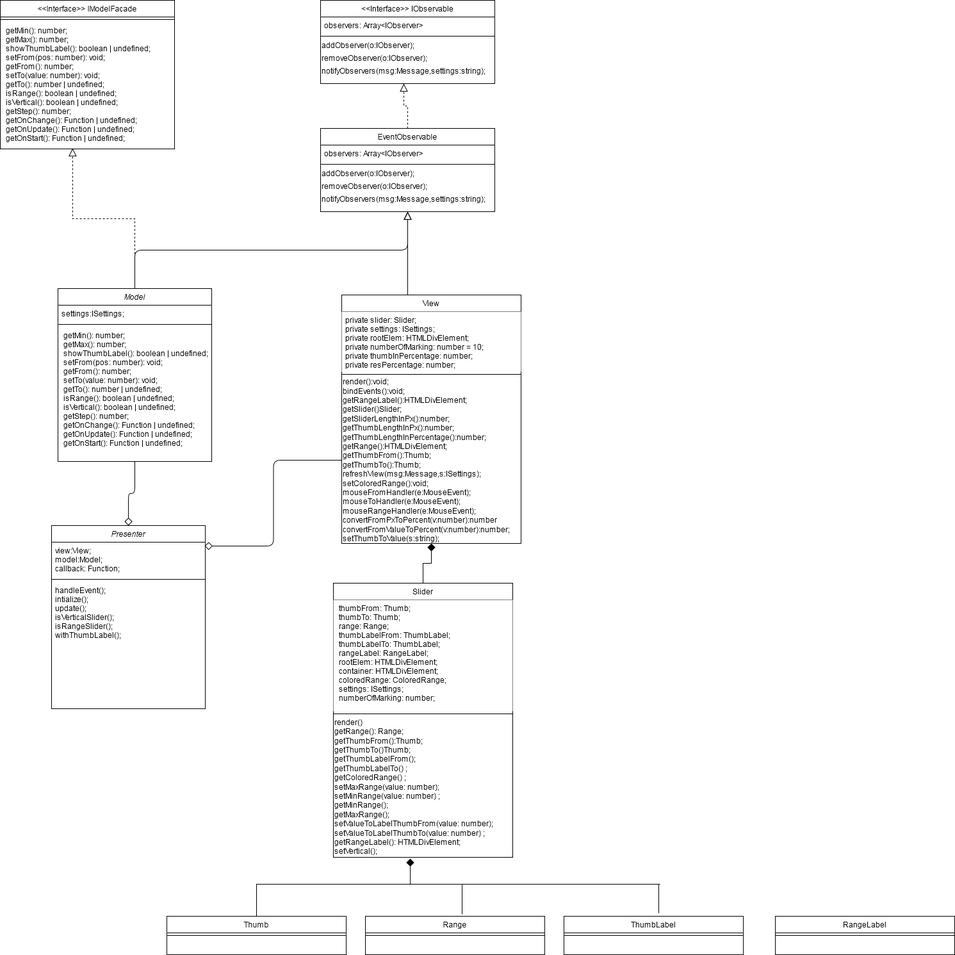
Earlier version of the draw.io export src/assets/FSDCourse4UMLDiagram.png (mvodev/slider). Source tidied: cells renumbered, new cells last; positions are measured from the earlier drawing's top-left corner, leaving out a move shared by most shapes.
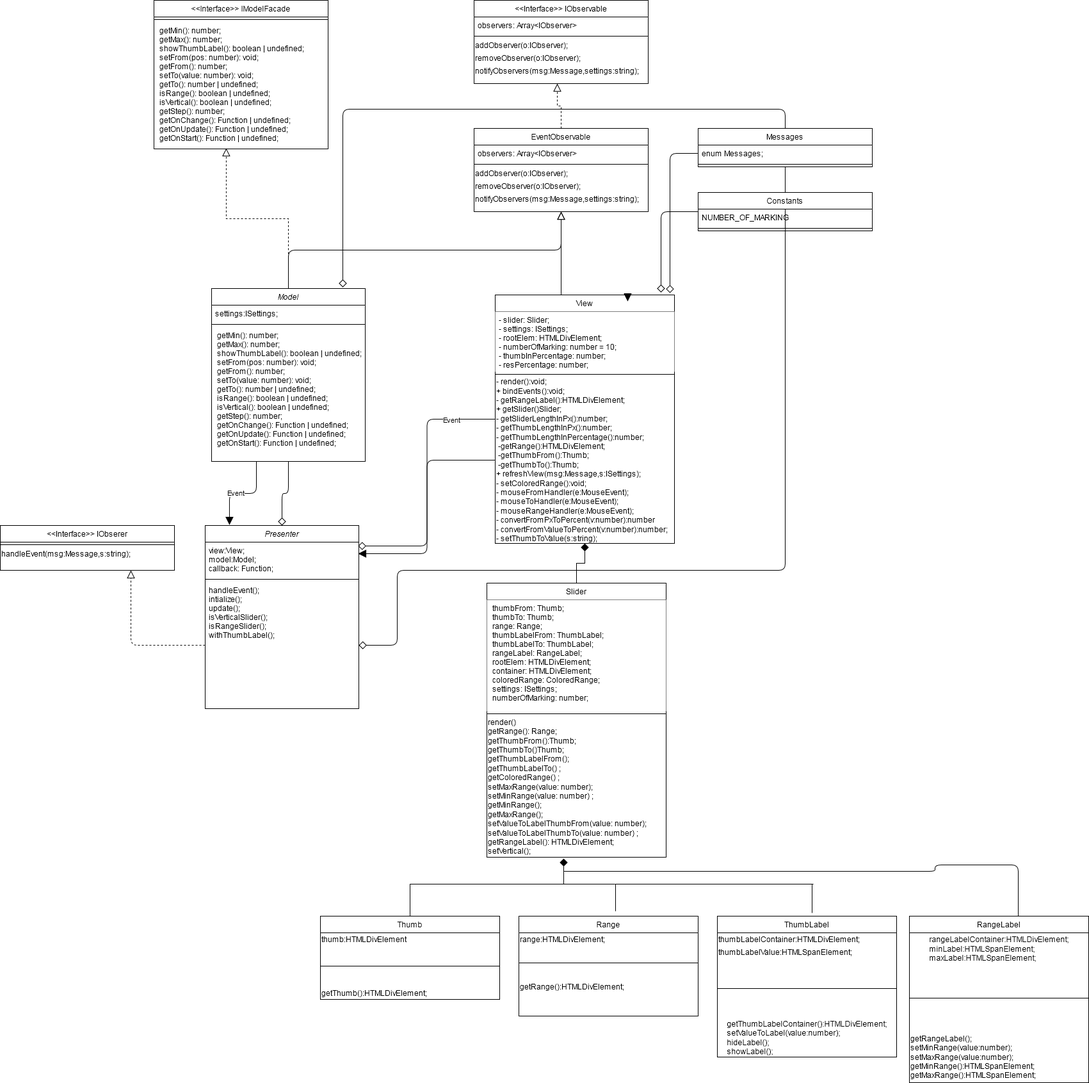
After the commit.

Commit message:
refactoring modificators of access in view and slider classes

Change to the diagram source:
```diff
@@ -8,6 +8,18 @@
     <mxCell id="3" style="edgeStyle=orthogonalEdgeStyle;rounded=1;jettySize=auto;html=1;endArrow=diamond;endFill=0;endSize=10;strokeWidth=1;" parent="1" edge="1" source="4" target="30">
       <mxGeometry relative="1" as="geometry" />
     </mxCell>
+    <mxCell id="53" style="edgeStyle=orthogonalEdgeStyle;rounded=1;jettySize=auto;html=1;entryX=0.158;entryY=-0.003;entryDx=0;entryDy=0;entryPerimeter=0;endArrow=block;endFill=1;endSize=10;strokeWidth=1;" parent="1" edge="1" target="30">
+      <mxGeometry relative="1" as="geometry">
+        <mxPoint x="160" y="720" as="sourcePoint" />
+        <Array as="points">
+          <mxPoint x="160" y="770" />
+          <mxPoint x="118" y="770" />
+        </Array>
+      </mxGeometry>
+    </mxCell>
+    <mxCell id="54" value="Event" style="edgeLabel;html=1;align=center;verticalAlign=middle;" parent="53" vertex="1">
+      <mxGeometry x="0.18" y="-2" relative="1" as="geometry" />
+    </mxCell>
     <mxCell id="4" value="Model" style="swimlane;fontStyle=2;align=center;verticalAlign=top;horizontal=1;startSize=26;rounded=0;shadow=0;strokeWidth=1;" parent="1" vertex="1">
       <mxGeometry x="90" y="450" width="240" height="270" as="geometry" />
     </mxCell>
@@ -20,16 +32,22 @@
     <mxCell id="7" value=" getMin(): number;&#10; getMax(): number;&#10; showThumbLabel(): boolean | undefined;&#10; setFrom(pos: number): void;&#10; getFrom(): number;&#10; setTo(value: number): void;&#10; getTo(): number | undefined;&#10; isRange(): boolean | undefined;&#10; isVertical(): boolean | undefined;&#10; getStep(): number;&#10; getOnChange(): Function | undefined;&#10; getOnUpdate(): Function | undefined;&#10; getOnStart(): Function | undefined;" style="text;align=left;verticalAlign=top;spacingLeft=4;spacingRight=4;overflow=hidden;" parent="4" vertex="1">
       <mxGeometry y="60" width="240" height="198" as="geometry" />
     </mxCell>
+    <mxCell id="55" style="edgeStyle=orthogonalEdgeStyle;rounded=1;jettySize=auto;html=1;entryX=0.996;entryY=0.333;entryDx=0;entryDy=0;entryPerimeter=0;endArrow=block;endFill=1;endSize=10;strokeWidth=1;" parent="1" edge="1" source="8" target="31">
+      <mxGeometry relative="1" as="geometry" />
+    </mxCell>
+    <mxCell id="56" value="Event" style="edgeLabel;html=1;align=center;verticalAlign=middle;" parent="55" vertex="1">
+      <mxGeometry x="-0.67" relative="1" as="geometry" />
+    </mxCell>
     <mxCell id="8" value="View" style="swimlane;fontStyle=0;align=center;verticalAlign=top;horizontal=1;startSize=26;rounded=0;shadow=0;strokeWidth=1;" parent="1" vertex="1">
       <mxGeometry x="533" y="460" width="280" height="388" as="geometry" />
     </mxCell>
-    <mxCell id="9" value="private slider: Slider;&#10;private settings: ISettings;&#10;private rootElem: HTMLDivElement;&#10;private numberOfMarking: number = 10;&#10;private thumbInPercentage: number;&#10;private resPercentage: number;" style="text;align=left;verticalAlign=top;spacingLeft=4;spacingRight=4;overflow=hidden;fillColor=#ffffff;" parent="8" vertex="1">
+    <mxCell id="9" value="- slider: Slider;&#10;- settings: ISettings;&#10;- rootElem: HTMLDivElement;&#10;- numberOfMarking: number = 10;&#10;- thumbInPercentage: number;&#10;- resPercentage: number;" style="text;align=left;verticalAlign=top;spacingLeft=4;spacingRight=4;overflow=hidden;fillColor=#ffffff;" parent="8" vertex="1">
       <mxGeometry y="26" width="280" height="94" as="geometry" />
     </mxCell>
     <mxCell id="10" style="line;html=1;strokeWidth=1;align=left;verticalAlign=middle;spacingTop=-1;spacingLeft=3;spacingRight=3;labelPosition=right;" parent="8" vertex="1">
       <mxGeometry y="120" width="280" height="8" as="geometry" />
     </mxCell>
-    <mxCell id="11" value="&lt;div align=&quot;left&quot;&gt;render():void;&lt;/div&gt;&lt;div align=&quot;left&quot;&gt;bindEvents():void;&lt;/div&gt;&lt;div&gt;getRangeLabel():HTMLDivElement;&lt;/div&gt;&lt;div&gt;getSlider()Slider;&lt;/div&gt;&lt;div&gt;getSliderLengthInPx():number;&lt;/div&gt;&lt;div&gt;getThumbLengthInPx():number;&lt;/div&gt;&lt;div&gt;getThumbLengthInPercentage():number;&lt;/div&gt;&lt;div&gt;getRange():HTMLDivElement;&lt;br&gt;&lt;/div&gt;&lt;div&gt;getThumbFrom():Thumb;&lt;/div&gt;&lt;div&gt;getThumbTo():Thumb;&lt;/div&gt;&lt;div&gt;refreshView(msg:Message,s:ISettings);&lt;/div&gt;&lt;div&gt;setColoredRange():void;&lt;/div&gt;&lt;div&gt;mouseFromHandler(e:MouseEvent);&lt;/div&gt;&lt;div&gt;mouseToHandler(e:MouseEvent);&lt;/div&gt;&lt;div&gt;mouseRangeHandler(e:MouseEvent);&lt;/div&gt;&lt;div&gt;convertFromPxToPercent(v:number):number&lt;/div&gt;&lt;div&gt;convertFromValueToPercent(v:number):number;&lt;/div&gt;&lt;div&gt;setThumbToValue(s:string);&lt;br&gt;&lt;/div&gt;" style="text;html=1;align=left;verticalAlign=middle;points=[];" parent="8" vertex="1">
+    <mxCell id="11" value="&lt;div align=&quot;left&quot;&gt;- render():void;&lt;/div&gt;&lt;div align=&quot;left&quot;&gt;+ bindEvents():void;&lt;/div&gt;&lt;div&gt;- getRangeLabel():HTMLDivElement;&lt;/div&gt;&lt;div&gt;+ getSlider()Slider;&lt;/div&gt;&lt;div&gt;- getSliderLengthInPx():number;&lt;/div&gt;&lt;div&gt;- getThumbLengthInPx():number;&lt;/div&gt;&lt;div&gt;- getThumbLengthInPercentage():number;&lt;/div&gt;&lt;div&gt;&amp;nbsp;-getRange():HTMLDivElement;&lt;br&gt;&lt;/div&gt;&lt;div&gt;&amp;nbsp;-getThumbFrom():Thumb;&lt;/div&gt;&lt;div&gt;&amp;nbsp;-getThumbTo():Thumb;&lt;/div&gt;&lt;div&gt;+ refreshView(msg:Message,s:ISettings);&lt;/div&gt;&lt;div&gt;- setColoredRange():void;&lt;/div&gt;&lt;div&gt;- mouseFromHandler(e:MouseEvent);&lt;/div&gt;&lt;div&gt;- mouseToHandler(e:MouseEvent);&lt;/div&gt;&lt;div&gt;- mouseRangeHandler(e:MouseEvent);&lt;/div&gt;&lt;div&gt;- convertFromPxToPercent(v:number):number&lt;/div&gt;&lt;div&gt;- convertFromValueToPercent(v:number):number;&lt;/div&gt;&lt;div&gt;- setThumbToValue(s:string);&lt;br&gt;&lt;/div&gt;" style="text;html=1;align=left;verticalAlign=middle;points=[];" parent="8" vertex="1">
       <mxGeometry y="128" width="280" height="260" as="geometry" />
     </mxCell>
     <mxCell id="12" style="endArrow=block;endSize=10;endFill=0;shadow=0;strokeWidth=1;rounded=0;edgeStyle=elbowEdgeStyle;elbow=vertical;entryX=0.5;entryY=1;entryDx=0;entryDy=0;" parent="1" edge="1" source="8" target="14">
@@ -132,29 +150,65 @@
       </mxGeometry>
     </mxCell>
     <mxCell id="40" value="Thumb" style="swimlane;fontStyle=0;align=center;verticalAlign=top;horizontal=1;startSize=26;rounded=0;shadow=0;strokeWidth=1;" parent="1" vertex="1">
-      <mxGeometry x="260" y="1430" width="280" height="60" as="geometry" />
+      <mxGeometry x="260" y="1430" width="280" height="130" as="geometry" />
     </mxCell>
+    <mxCell id="57" value="&lt;div align=&quot;left&quot;&gt;thumb:HTMLDivElement&lt;/div&gt;" style="text;html=1;align=left;verticalAlign=middle;" parent="40" vertex="1">
+      <mxGeometry y="26" width="280" height="20" as="geometry" />
+    </mxCell>
     <mxCell id="41" style="line;html=1;strokeWidth=1;align=left;verticalAlign=middle;spacingTop=-1;spacingLeft=3;spacingRight=3;labelPosition=right;" parent="40" vertex="1">
-      <mxGeometry y="26" width="280" height="8" as="geometry" />
+      <mxGeometry y="46" width="280" height="64" as="geometry" />
     </mxCell>
+    <mxCell id="58" value="getThumb():HTMLDivElement;" style="text;html=1;align=left;verticalAlign=middle;" parent="40" vertex="1">
+      <mxGeometry y="110" width="280" height="20" as="geometry" />
+    </mxCell>
     <mxCell id="42" value="Range" style="swimlane;fontStyle=0;align=center;verticalAlign=top;horizontal=1;startSize=26;rounded=0;shadow=0;strokeWidth=1;" parent="1" vertex="1">
-      <mxGeometry x="570" y="1430" width="280" height="60" as="geometry" />
+      <mxGeometry x="570" y="1430" width="280" height="156" as="geometry" />
     </mxCell>
+    <mxCell id="59" value="&lt;div align=&quot;left&quot;&gt;range:HTMLDivElement;&lt;/div&gt;" style="text;html=1;align=left;verticalAlign=middle;" parent="42" vertex="1">
+      <mxGeometry y="26" width="280" height="20" as="geometry" />
+    </mxCell>
     <mxCell id="43" style="line;html=1;strokeWidth=1;align=left;verticalAlign=middle;spacingTop=-1;spacingLeft=3;spacingRight=3;labelPosition=right;" parent="42" vertex="1">
-      <mxGeometry y="26" width="280" height="8" as="geometry" />
+      <mxGeometry y="46" width="280" height="54" as="geometry" />
     </mxCell>
+    <mxCell id="60" value="&lt;div align=&quot;left&quot;&gt;getRange():HTMLDivElement;&lt;/div&gt;" style="text;html=1;align=left;verticalAlign=middle;" parent="42" vertex="1">
+      <mxGeometry y="100" width="280" height="20" as="geometry" />
+    </mxCell>
     <mxCell id="44" value="ThumbLabel" style="swimlane;fontStyle=0;align=center;verticalAlign=top;horizontal=1;startSize=26;rounded=0;shadow=0;strokeWidth=1;" parent="1" vertex="1">
-      <mxGeometry x="880" y="1430" width="280" height="60" as="geometry" />
+      <mxGeometry x="880" y="1430" width="280" height="220" as="geometry" />
     </mxCell>
+    <mxCell id="61" value="&lt;div align=&quot;left&quot;&gt;thumbLabelContainer:HTMLDivElement;&lt;/div&gt;" style="text;html=1;align=left;verticalAlign=middle;" parent="44" vertex="1">
+      <mxGeometry y="26" width="280" height="20" as="geometry" />
+    </mxCell>
+    <mxCell id="62" value="&lt;div align=&quot;left&quot;&gt;thumbLabelValue:HTMLSpanElement;&lt;/div&gt;" style="text;html=1;align=left;verticalAlign=middle;" parent="44" vertex="1">
+      <mxGeometry y="46" width="280" height="20" as="geometry" />
+    </mxCell>
     <mxCell id="45" style="line;html=1;strokeWidth=1;align=left;verticalAlign=middle;spacingTop=-1;spacingLeft=3;spacingRight=3;labelPosition=right;" parent="44" vertex="1">
-      <mxGeometry y="26" width="280" height="8" as="geometry" />
+      <mxGeometry y="66" width="280" height="94" as="geometry" />
     </mxCell>
+    <mxCell id="63" value="&lt;div&gt;getThumbLabelContainer():HTMLDivElement;&lt;/div&gt;&lt;div align=&quot;left&quot;&gt;setValueToLabel(value:number);&lt;/div&gt;&lt;div align=&quot;left&quot;&gt;hideLabel();&lt;/div&gt;&lt;div align=&quot;left&quot;&gt;showLabel();&lt;br&gt;&lt;/div&gt;" style="text;html=1;align=center;verticalAlign=middle;" parent="44" vertex="1">
+      <mxGeometry y="160" width="280" height="60" as="geometry" />
+    </mxCell>
+    <mxCell id="64" style="edgeStyle=orthogonalEdgeStyle;rounded=1;jettySize=auto;html=1;endArrow=none;endFill=0;endSize=10;strokeWidth=1;" parent="1" edge="1" source="46">
+      <mxGeometry relative="1" as="geometry">
+        <mxPoint x="640" y="1360" as="targetPoint" />
+        <Array as="points">
+          <mxPoint x="1350" y="1350" />
+          <mxPoint x="1220" y="1350" />
+        </Array>
+      </mxGeometry>
+    </mxCell>
     <mxCell id="46" value="RangeLabel" style="swimlane;fontStyle=0;align=center;verticalAlign=top;horizontal=1;startSize=26;rounded=0;shadow=0;strokeWidth=1;" parent="1" vertex="1">
-      <mxGeometry x="1210" y="1430" width="280" height="60" as="geometry" />
+      <mxGeometry x="1180" y="1430" width="280" height="260" as="geometry" />
     </mxCell>
+    <mxCell id="65" value="&lt;div&gt;rangeLabelContainer:HTMLDivElement;&lt;/div&gt;&lt;div align=&quot;left&quot;&gt;minLabel:HTMLSpanElement;&lt;/div&gt;&lt;div align=&quot;left&quot;&gt;maxLabel:HTMLSpanElement;&lt;br&gt;&lt;/div&gt;" style="text;html=1;align=center;verticalAlign=middle;" parent="46" vertex="1">
+      <mxGeometry y="26" width="280" height="50" as="geometry" />
+    </mxCell>
     <mxCell id="47" style="line;html=1;strokeWidth=1;align=left;verticalAlign=middle;spacingTop=-1;spacingLeft=3;spacingRight=3;labelPosition=right;" parent="46" vertex="1">
-      <mxGeometry y="26" width="280" height="8" as="geometry" />
+      <mxGeometry y="76" width="280" height="104" as="geometry" />
     </mxCell>
+    <mxCell id="66" value="&lt;div align=&quot;left&quot;&gt;getRangeLabel();&lt;/div&gt;&lt;div align=&quot;left&quot;&gt;setMinRange(value:number);&lt;/div&gt;&lt;div align=&quot;left&quot;&gt;setMaxRange(value:number);&lt;/div&gt;&lt;div align=&quot;left&quot;&gt;getMinRange():HTMLSpanElement;&lt;/div&gt;&lt;div align=&quot;left&quot;&gt;getMaxRange():HTMLSpanElement;&lt;/div&gt;" style="text;html=1;align=left;verticalAlign=middle;" parent="46" vertex="1">
+      <mxGeometry y="180" width="280" height="80" as="geometry" />
+    </mxCell>
     <mxCell id="48" style="endArrow=none;html=1;strokeWidth=1;rounded=1;" parent="1" edge="1">
       <mxGeometry relative="1" as="geometry">
         <mxPoint x="720" y="1380" as="sourcePoint" />
@@ -181,5 +235,61 @@
     <mxCell id="52" style="edgeStyle=orthogonalEdgeStyle;rounded=1;jettySize=auto;html=1;entryX=0.996;entryY=0.111;entryDx=0;entryDy=0;entryPerimeter=0;endArrow=diamond;endFill=0;endSize=10;strokeWidth=1;" parent="1" edge="1" source="11" target="31">
       <mxGeometry relative="1" as="geometry" />
     </mxCell>
+    <mxCell id="67" style="edgeStyle=orthogonalEdgeStyle;rounded=1;jettySize=auto;html=1;entryX=0.854;entryY=-0.007;entryDx=0;entryDy=0;entryPerimeter=0;endArrow=diamond;endFill=0;endSize=10;strokeWidth=1;" parent="1" edge="1" source="69" target="4">
+      <mxGeometry relative="1" as="geometry">
+        <Array as="points">
+          <mxPoint x="986" y="170" />
+          <mxPoint x="295" y="170" />
+        </Array>
+      </mxGeometry>
+    </mxCell>
+    <mxCell id="68" style="edgeStyle=orthogonalEdgeStyle;rounded=1;jettySize=auto;html=1;endArrow=diamond;endFill=0;endSize=10;strokeWidth=1;" parent="1" edge="1" source="69" target="33">
+      <mxGeometry relative="1" as="geometry">
+        <Array as="points">
+          <mxPoint x="986" y="890" />
+          <mxPoint x="380" y="890" />
+          <mxPoint x="380" y="1007" />
+        </Array>
+      </mxGeometry>
+    </mxCell>
+    <mxCell id="69" value="Messages" style="swimlane;fontStyle=0;align=center;verticalAlign=top;horizontal=1;startSize=26;rounded=0;shadow=0;strokeWidth=1;" parent="1" vertex="1">
+      <mxGeometry x="850" y="200" width="272" height="60" as="geometry" />
+    </mxCell>
+    <mxCell id="70" value="enum Messages;" style="text;align=left;verticalAlign=top;spacingLeft=4;spacingRight=4;overflow=hidden;points=[[0,0.5],[1,0.5]];portConstraint=eastwest;" parent="69" vertex="1">
+      <mxGeometry y="26" width="272" height="26" as="geometry" />
+    </mxCell>
+    <mxCell id="71" style="line;html=1;strokeWidth=1;align=left;verticalAlign=middle;spacingTop=-1;spacingLeft=3;spacingRight=3;labelPosition=right;" parent="69" vertex="1">
+      <mxGeometry y="52" width="272" height="8" as="geometry" />
+    </mxCell>
+    <mxCell id="72" style="edgeStyle=orthogonalEdgeStyle;rounded=1;jettySize=auto;html=1;entryX=0.925;entryY=-0.01;entryDx=0;entryDy=0;entryPerimeter=0;endArrow=diamond;endFill=0;endSize=10;strokeWidth=1;" parent="1" edge="1" source="73" target="8">
+      <mxGeometry relative="1" as="geometry" />
+    </mxCell>
+    <mxCell id="73" value="Constants" style="swimlane;fontStyle=0;align=center;verticalAlign=top;horizontal=1;startSize=26;rounded=0;shadow=0;strokeWidth=1;" parent="1" vertex="1">
+      <mxGeometry x="850" y="300" width="272" height="60" as="geometry" />
+    </mxCell>
+    <mxCell id="74" value="NUMBER_OF_MARKING" style="text;align=left;verticalAlign=top;spacingLeft=4;spacingRight=4;overflow=hidden;" parent="73" vertex="1">
+      <mxGeometry y="26" width="272" height="26" as="geometry" />
+    </mxCell>
+    <mxCell id="75" style="line;html=1;strokeWidth=1;align=left;verticalAlign=middle;spacingTop=-1;spacingLeft=3;spacingRight=3;labelPosition=right;" parent="73" vertex="1">
+      <mxGeometry y="52" width="272" height="8" as="geometry" />
+    </mxCell>
+    <mxCell id="76" style="edgeStyle=orthogonalEdgeStyle;rounded=1;jettySize=auto;html=1;entryX=0.975;entryY=-0.008;entryDx=0;entryDy=0;entryPerimeter=0;endArrow=diamond;endFill=0;endSize=10;strokeWidth=1;" parent="1" edge="1" source="70" target="8">
+      <mxGeometry relative="1" as="geometry" />
+    </mxCell>
+    <mxCell id="77" value="&lt;&lt;Interface&gt;&gt; IObserer&#10;" style="swimlane;fontStyle=0;align=center;verticalAlign=top;horizontal=1;startSize=26;rounded=0;shadow=0;strokeWidth=1;" parent="1" vertex="1">
+      <mxGeometry x="-240" y="820" width="272" height="70" as="geometry" />
+    </mxCell>
+    <mxCell id="78" style="line;html=1;strokeWidth=1;align=left;verticalAlign=middle;spacingTop=-1;spacingLeft=3;spacingRight=3;labelPosition=right;" parent="77" vertex="1">
+      <mxGeometry y="26" width="272" height="8" as="geometry" />
+    </mxCell>
+    <mxCell id="79" value="handleEvent(msg:Message,s:string);" style="text;html=1;align=left;verticalAlign=middle;" parent="77" vertex="1">
+      <mxGeometry y="34" width="272" height="20" as="geometry" />
+    </mxCell>
+    <mxCell id="80" style="edgeStyle=orthogonalEdgeStyle;rounded=1;jettySize=auto;html=1;entryX=0.75;entryY=1;entryDx=0;entryDy=0;endArrow=block;endFill=0;endSize=10;strokeWidth=1;dashed=1;" parent="1" edge="1" source="33" target="77">
+      <mxGeometry relative="1" as="geometry" />
+    </mxCell>
+    <mxCell id="81" style="edgeStyle=orthogonalEdgeStyle;rounded=1;orthogonalLoop=1;jettySize=auto;html=1;exitX=0.75;exitY=0;exitDx=0;exitDy=0;entryX=0.739;entryY=0.026;entryDx=0;entryDy=0;entryPerimeter=0;endArrow=block;endFill=1;endSize=10;strokeWidth=1;" parent="1" edge="1" source="8" target="8">
+      <mxGeometry relative="1" as="geometry" />
+    </mxCell>
   </root>
 </mxGraphModel>
```
